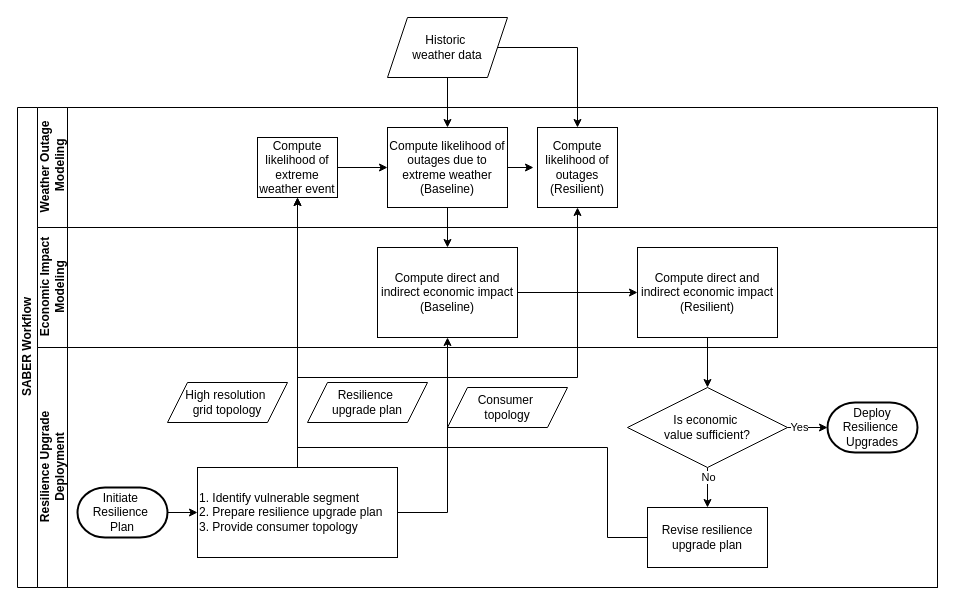
The draw.io diagram page "Page-1" (1 of 2) of SABER.drawio in ananth222/test-repo, before the edit. Source tidied: cells renumbered, new cells numbered last; positions are measured from the earlier drawing's top-left corner, leaving out a move shared by most shapes. Both pictures are drawn from the tidied source at 100%, with x=0, y=0 at pixel (17, 17).
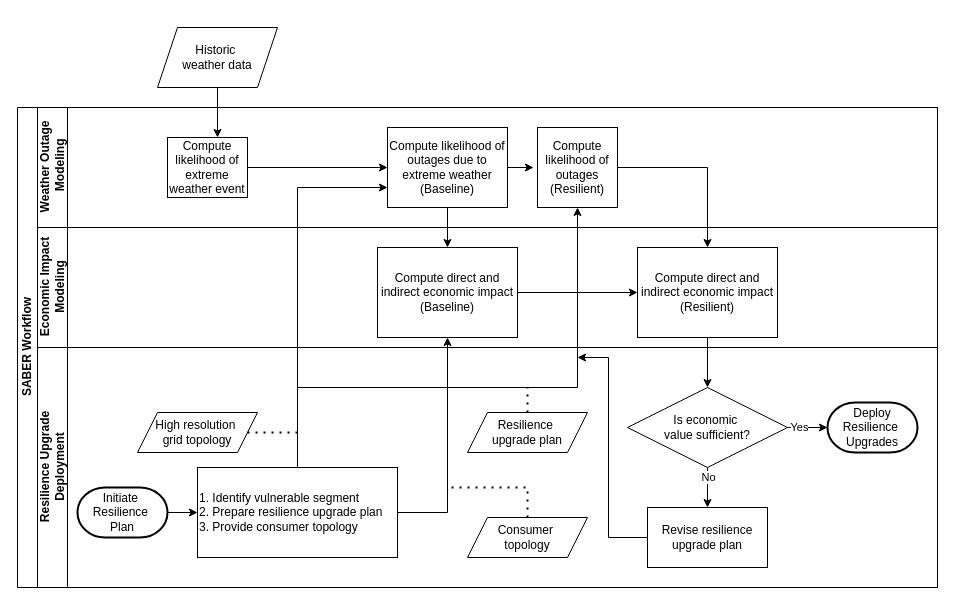
Above is the later version.

The change refers to these unchanged cells:
```xml
<mxCell id="2" value="SABER Workflow" style="swimlane;html=1;horizontal=0;startSize=20;" parent="1" vertex="1">
  <mxGeometry y="90" width="920" height="480" as="geometry" />
</mxCell>
<mxCell id="3" value="&lt;div&gt;Weather Outage&lt;/div&gt;&lt;div&gt;&amp;nbsp;Modeling&lt;/div&gt;" style="swimlane;html=1;startSize=30;horizontal=0;" parent="2" vertex="1">
  <mxGeometry x="20" width="900" height="120" as="geometry" />
</mxCell>
<mxCell id="6" value="Compute likelihood of outages due to extreme weather (Baseline) " style="rounded=0;whiteSpace=wrap;html=1;fontFamily=Helvetica;fontSize=12;fontColor=#000000;align=center;" parent="3" vertex="1">
  <mxGeometry x="350" y="20" width="120" height="80" as="geometry" />
</mxCell>
<mxCell id="7" value="&lt;div&gt;Compute likelihood of outages&lt;/div&gt;&lt;div&gt;(Resilient)&lt;br&gt;&lt;/div&gt;" style="whiteSpace=wrap;html=1;" parent="3" vertex="1">
  <mxGeometry x="500" y="20" width="80" height="80" as="geometry" />
</mxCell>
<mxCell id="10" value="&lt;div&gt;Compute direct and indirect economic impact&lt;/div&gt;&lt;div&gt;(Baseline)&lt;br&gt;&lt;/div&gt;" style="rounded=0;whiteSpace=wrap;html=1;" parent="9" vertex="1">
  <mxGeometry x="340" y="20" width="140" height="90" as="geometry" />
</mxCell>
<mxCell id="11" value="&lt;br&gt;&lt;div&gt;Compute direct and indirect economic impact&lt;/div&gt;&lt;div&gt;(Resilient)&lt;br&gt;&lt;/div&gt;&lt;div&gt;&lt;br/&gt;&lt;/div&gt;" style="rounded=0;whiteSpace=wrap;html=1;" parent="9" vertex="1">
  <mxGeometry x="600" y="20" width="140" height="90" as="geometry" />
</mxCell>
<mxCell id="14" value="&lt;div&gt;Resilience Upgrade &lt;br&gt;&lt;/div&gt;&lt;div&gt;Deployment&lt;br&gt;&lt;/div&gt;" style="swimlane;html=1;startSize=30;horizontal=0;" parent="2" vertex="1">
  <mxGeometry x="20" y="240" width="900" height="240" as="geometry" />
</mxCell>
<mxCell id="19" value="&lt;div align=&quot;left&quot;&gt;1. Identify vulnerable segment&amp;nbsp;&lt;/div&gt;&lt;div align=&quot;left&quot;&gt;2. Prepare resilience upgrade plan&lt;/div&gt;&lt;div align=&quot;left&quot;&gt;3. Provide consumer topology&lt;br&gt;&lt;/div&gt;" style="rounded=0;whiteSpace=wrap;html=1;align=left;" parent="14" vertex="1">
  <mxGeometry x="160" y="120" width="200" height="90" as="geometry" />
</mxCell>
<mxCell id="23" value="&lt;div&gt;Is economic&amp;nbsp;&lt;/div&gt;&lt;div&gt;value sufficient?&lt;/div&gt;" style="rhombus;whiteSpace=wrap;html=1;" parent="14" vertex="1">
  <mxGeometry x="590" y="40" width="160" height="80" as="geometry" />
</mxCell>
<mxCell id="27" value="Revise resilience upgrade plan" style="rounded=0;whiteSpace=wrap;html=1;" parent="14" vertex="1">
  <mxGeometry x="610" y="160" width="120" height="60" as="geometry" />
</mxCell>
```

The edit, as a diff of the source:
```diff
@@
     <mxCell id="5" value="Compute likelihood of extreme weather event" style="rounded=0;whiteSpace=wrap;html=1;fontFamily=Helvetica;fontSize=12;fontColor=#000000;align=center;" parent="3" vertex="1">
-      <mxGeometry x="220" y="30" width="80" height="60" as="geometry" />
+      <mxGeometry x="130" y="30" width="80" height="60" as="geometry" />
     </mxCell>
@@
-    <mxCell id="13" style="edgeStyle=orthogonalEdgeStyle;rounded=0;jettySize=auto;html=1;" parent="2" edge="1" source="19" target="5">
-      <mxGeometry relative="1" as="geometry" />
+    <mxCell id="13" style="edgeStyle=orthogonalEdgeStyle;rounded=0;jettySize=auto;html=1;" parent="2" edge="1" source="19" target="6">
+      <mxGeometry relative="1" as="geometry">
+        <Array as="points">
+          <mxPoint x="280" y="80" />
+        </Array>
+      </mxGeometry>
     </mxCell>
+    <mxCell id="36" style="endArrow=none;dashed=1;html=1;dashPattern=1 3;strokeWidth=2;rounded=0;" parent="2" edge="1" source="16">
+      <mxGeometry relative="1" as="geometry">
+        <mxPoint x="510" y="280" as="targetPoint" />
+      </mxGeometry>
+    </mxCell>
+    <mxCell id="28" style="edgeStyle=orthogonalEdgeStyle;rounded=0;jettySize=auto;html=1;entryX=0.5;entryY=1;entryDx=0;entryDy=0;" parent="2" edge="1" source="19" target="7">
+      <mxGeometry relative="1" as="geometry">
+        <Array as="points">
+          <mxPoint x="280" y="280" />
+          <mxPoint x="560" y="280" />
+        </Array>
+      </mxGeometry>
+    </mxCell>
+    <mxCell id="29" style="edgeStyle=orthogonalEdgeStyle;rounded=0;jettySize=auto;html=1;entryX=0.5;entryY=0;entryDx=0;entryDy=0;" parent="2" edge="1" source="6" target="10">
+      <mxGeometry relative="1" as="geometry" />
+    </mxCell>
+    <mxCell id="30" style="edgeStyle=orthogonalEdgeStyle;rounded=0;jettySize=auto;html=1;" parent="2" edge="1" source="19" target="10">
+      <mxGeometry relative="1" as="geometry">
+        <Array as="points">
+          <mxPoint x="430" y="405" />
+        </Array>
+      </mxGeometry>
+    </mxCell>
+    <mxCell id="32" style="edgeStyle=orthogonalEdgeStyle;rounded=0;jettySize=auto;html=1;entryX=0.5;entryY=0;entryDx=0;entryDy=0;" parent="2" edge="1" source="11" target="23">
+      <mxGeometry relative="1" as="geometry" />
+    </mxCell>
@@
     <mxCell id="15" value="&lt;div&gt;High resolution&amp;nbsp;&lt;/div&gt;&lt;div&gt;grid topology&lt;/div&gt;" style="shape=parallelogram;perimeter=parallelogramPerimeter;whiteSpace=wrap;html=1;fixedSize=1;" parent="14" vertex="1">
-      <mxGeometry x="130" y="35" width="120" height="40" as="geometry" />
+      <mxGeometry x="100" y="65" width="120" height="40" as="geometry" />
     </mxCell>
     <mxCell id="16" value="&lt;div&gt;Resilience&amp;nbsp;&lt;/div&gt;&lt;div&gt;upgrade plan&lt;/div&gt;" style="shape=parallelogram;perimeter=parallelogramPerimeter;whiteSpace=wrap;html=1;fixedSize=1;" parent="14" vertex="1">
-      <mxGeometry x="270" y="35" width="120" height="40" as="geometry" />
+      <mxGeometry x="430" y="65" width="120" height="40" as="geometry" />
     </mxCell>
@@
-    <mxCell id="20" value="&lt;div&gt;Consumer&amp;nbsp;&lt;/div&gt;&lt;div&gt;topology&lt;/div&gt;" style="shape=parallelogram;perimeter=parallelogramPerimeter;whiteSpace=wrap;html=1;fixedSize=1;" parent="14" vertex="1">
-      <mxGeometry x="410" y="40" width="120" height="40" as="geometry" />
-    </mxCell>
@@
+    <mxCell id="37" style="edgeStyle=orthogonalEdgeStyle;rounded=0;jettySize=auto;html=1;" parent="14" edge="1" source="27">
+      <mxGeometry relative="1" as="geometry">
+        <mxPoint x="540" y="10" as="targetPoint" />
+        <Array as="points">
+          <mxPoint x="571" y="190" />
+          <mxPoint x="571" y="10" />
+        </Array>
+      </mxGeometry>
+    </mxCell>
@@
-    <mxCell id="28" style="edgeStyle=orthogonalEdgeStyle;rounded=0;jettySize=auto;html=1;entryX=0.5;entryY=1;entryDx=0;entryDy=0;" parent="2" edge="1" source="19" target="7">
-      <mxGeometry relative="1" as="geometry">
-        <Array as="points">
-          <mxPoint x="280" y="270" />
-          <mxPoint x="560" y="270" />
-        </Array>
-      </mxGeometry>
-    </mxCell>
-    <mxCell id="29" style="edgeStyle=orthogonalEdgeStyle;rounded=0;jettySize=auto;html=1;entryX=0.5;entryY=0;entryDx=0;entryDy=0;" parent="2" edge="1" source="6" target="10">
-      <mxGeometry relative="1" as="geometry" />
-    </mxCell>
-    <mxCell id="30" style="edgeStyle=orthogonalEdgeStyle;rounded=0;jettySize=auto;html=1;" parent="2" edge="1" source="19" target="10">
-      <mxGeometry relative="1" as="geometry">
-        <Array as="points">
-          <mxPoint x="430" y="405" />
-        </Array>
-      </mxGeometry>
-    </mxCell>
-    <mxCell id="31" style="edgeStyle=orthogonalEdgeStyle;rounded=0;jettySize=auto;html=1;" parent="2" edge="1" source="27" target="5">
-      <mxGeometry relative="1" as="geometry">
-        <Array as="points">
-          <mxPoint x="590" y="430" />
-          <mxPoint x="590" y="340" />
-          <mxPoint x="280" y="340" />
-        </Array>
-      </mxGeometry>
-    </mxCell>
-    <mxCell id="32" style="edgeStyle=orthogonalEdgeStyle;rounded=0;jettySize=auto;html=1;entryX=0.5;entryY=0;entryDx=0;entryDy=0;" parent="2" edge="1" source="11" target="23">
-      <mxGeometry relative="1" as="geometry" />
-    </mxCell>
+    <mxCell id="38" style="endArrow=none;dashed=1;html=1;dashPattern=1 3;strokeWidth=2;rounded=0;" parent="14" edge="1" source="15">
+      <mxGeometry relative="1" as="geometry">
+        <mxPoint x="260" y="85" as="targetPoint" />
+      </mxGeometry>
+    </mxCell>
+    <mxCell id="39" style="endArrow=none;dashed=1;html=1;dashPattern=1 3;strokeWidth=2;rounded=0;" parent="14" edge="1" source="20">
+      <mxGeometry relative="1" as="geometry">
+        <mxPoint x="410" y="140" as="targetPoint" />
+        <Array as="points">
+          <mxPoint x="490" y="140" />
+        </Array>
+      </mxGeometry>
+    </mxCell>
+    <mxCell id="20" value="&lt;div&gt;Consumer&amp;nbsp;&lt;/div&gt;&lt;div&gt;topology&lt;/div&gt;" style="shape=parallelogram;perimeter=parallelogramPerimeter;whiteSpace=wrap;html=1;fixedSize=1;" parent="14" vertex="1">
+      <mxGeometry x="430" y="170" width="120" height="40" as="geometry" />
+    </mxCell>
+    <mxCell id="40" style="edgeStyle=orthogonalEdgeStyle;rounded=0;jettySize=auto;html=1;" parent="2" edge="1" source="7" target="11">
+      <mxGeometry relative="1" as="geometry" />
+    </mxCell>
-    <mxCell id="33" style="edgeStyle=orthogonalEdgeStyle;rounded=0;jettySize=auto;html=1;entryX=0.5;entryY=0;entryDx=0;entryDy=0;" parent="1" edge="1" source="35" target="6">
-      <mxGeometry relative="1" as="geometry" />
+    <mxCell id="33" style="edgeStyle=orthogonalEdgeStyle;rounded=0;jettySize=auto;html=1;" parent="1" edge="1" source="35" target="5">
+      <mxGeometry relative="1" as="geometry">
+        <Array as="points">
+          <mxPoint x="190" y="70" />
+          <mxPoint x="190" y="70" />
+        </Array>
+      </mxGeometry>
     </mxCell>
-    <mxCell id="34" style="edgeStyle=orthogonalEdgeStyle;rounded=0;jettySize=auto;html=1;entryX=0.5;entryY=0;entryDx=0;entryDy=0;" parent="1" edge="1" source="35" target="7">
-      <mxGeometry relative="1" as="geometry" />
-    </mxCell>
     <mxCell id="35" value="&lt;div&gt;Historic&amp;nbsp;&lt;/div&gt;&lt;div&gt;weather data&lt;/div&gt;" style="shape=parallelogram;perimeter=parallelogramPerimeter;whiteSpace=wrap;html=1;fixedSize=1;" parent="1" vertex="1">
-      <mxGeometry x="370" width="120" height="60" as="geometry" />
+      <mxGeometry x="140" y="10" width="120" height="60" as="geometry" />
     </mxCell>
```
